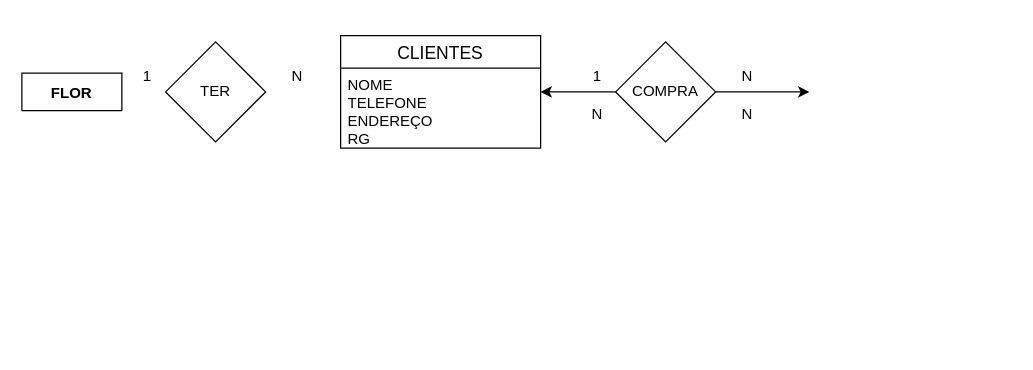
Above: floricultura.drawio in Airton-Ricardo/bd (draw.io), before the change. Source tidied: cells renumbered, new cells numbered last; positions are measured from the earlier drawing's top-left corner, leaving out a move shared by most shapes. Both pictures are drawn from the tidied source at 125%, with x=0, y=0 at pixel (21, 35).
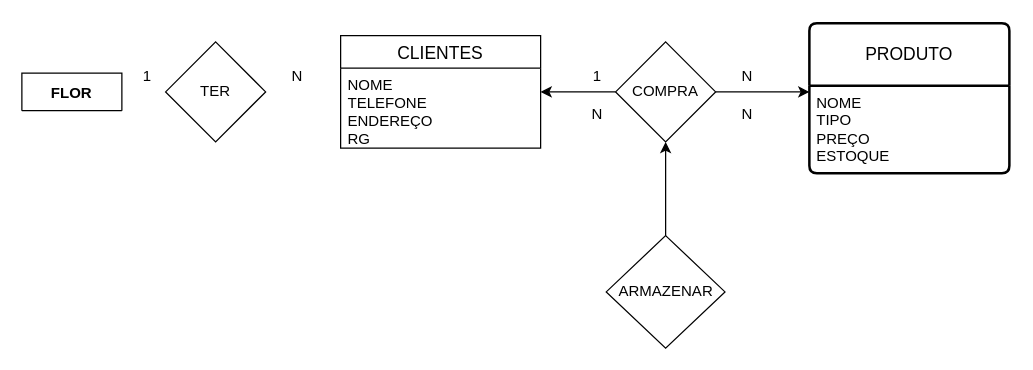
Above is the later version.

The edit, as a diff of the source:
```diff
@@
 <mxGraphModel>
   <root>
     <mxCell id="0" />
     <mxCell id="1" parent="0" />
     <mxCell id="2" value="FLOR" style="shape=table;startSize=30;childLayout=tableLayout;rowLines=0;fontStyle=1;align=center;" parent="1" vertex="1">
       <mxGeometry y="30" width="80" height="30" as="geometry" />
     </mxCell>
     <mxCell id="3" value="TER" style="rhombus;whiteSpace=wrap;html=1;" parent="1" vertex="1">
       <mxGeometry x="115" y="5" width="80" height="80" as="geometry" />
     </mxCell>
     <mxCell id="4" value="1" style="text;html=1;align=center;verticalAlign=middle;strokeColor=none;fillColor=none;" parent="1" vertex="1">
       <mxGeometry x="85" y="18" width="30" height="30" as="geometry" />
     </mxCell>
     <mxCell id="5" value="N" style="text;html=1;align=center;verticalAlign=middle;strokeColor=none;fillColor=none;" parent="1" vertex="1">
       <mxGeometry x="205" y="18" width="30" height="30" as="geometry" />
     </mxCell>
     <mxCell id="6" value="CLIENTES" style="swimlane;fontStyle=0;horizontal=1;startSize=26;align=center;fontSize=14;" parent="1" vertex="1">
       <mxGeometry x="255" width="160" height="90" as="geometry" />
     </mxCell>
     <mxCell id="7" value="&lt;div&gt;NOME&lt;/div&gt;&lt;div&gt;TELEFONE&lt;/div&gt;&lt;div&gt;ENDEREÇO&lt;/div&gt;&lt;div&gt;RG&lt;br&gt;&lt;/div&gt;" style="text;strokeColor=none;fillColor=none;spacingLeft=4;spacingRight=4;overflow=hidden;points=[[0,0.5],[1,0.5]];portConstraint=eastwest;fontSize=12;whiteSpace=wrap;html=1;" parent="6" vertex="1">
       <mxGeometry y="26" width="160" height="64" as="geometry" />
     </mxCell>
     <mxCell id="8" style="edgeStyle=orthogonalEdgeStyle;rounded=0;jettySize=auto;html=1;exitX=0;exitY=0.5;exitDx=0;exitDy=0;entryX=1;entryY=0.297;entryDx=0;entryDy=0;entryPerimeter=0;" parent="1" edge="1" source="10" target="7">
       <mxGeometry relative="1" as="geometry" />
     </mxCell>
     <mxCell id="9" style="edgeStyle=orthogonalEdgeStyle;rounded=0;jettySize=auto;html=1;exitX=1;exitY=0.5;exitDx=0;exitDy=0;entryX=0;entryY=0.5;entryDx=0;entryDy=0;" parent="1" edge="1" source="10">
       <mxGeometry relative="1" as="geometry">
         <mxPoint x="630" y="45" as="targetPoint" />
       </mxGeometry>
     </mxCell>
     <mxCell id="10" value="COMPRA" style="rhombus;whiteSpace=wrap;html=1;" parent="1" vertex="1">
       <mxGeometry x="475" y="5" width="80" height="80" as="geometry" />
     </mxCell>
     <mxCell id="11" value="1" style="text;html=1;align=center;verticalAlign=middle;strokeColor=none;fillColor=none;" parent="1" vertex="1">
       <mxGeometry x="445" y="18" width="30" height="30" as="geometry" />
     </mxCell>
     <mxCell id="12" value="N" style="text;html=1;align=center;verticalAlign=middle;strokeColor=none;fillColor=none;" parent="1" vertex="1">
       <mxGeometry x="445" y="48" width="30" height="30" as="geometry" />
     </mxCell>
     <mxCell id="13" value="N" style="text;html=1;align=center;verticalAlign=middle;strokeColor=none;fillColor=none;" parent="1" vertex="1">
       <mxGeometry x="565" y="18" width="30" height="30" as="geometry" />
     </mxCell>
     <mxCell id="14" value="N" style="text;html=1;align=center;verticalAlign=middle;strokeColor=none;fillColor=none;" parent="1" vertex="1">
       <mxGeometry x="565" y="48" width="30" height="30" as="geometry" />
     </mxCell>
+    <mxCell id="15" value="PRODUTO" style="swimlane;horizontal=1;startSize=50;rounded=1;fontSize=14;fontStyle=0;strokeWidth=2;shadow=0;dashed=0;align=center;arcSize=4;whiteSpace=wrap;html=1;" parent="1" vertex="1">
+      <mxGeometry x="630" y="-10" width="160" height="120" as="geometry" />
+    </mxCell>
+    <mxCell id="16" value="&lt;div&gt;NOME&lt;/div&gt;&lt;div&gt;TIPO&lt;/div&gt;&lt;div&gt;PREÇO&lt;/div&gt;&lt;div&gt;ESTOQUE&lt;br&gt;&lt;/div&gt;" style="align=left;strokeColor=none;fillColor=none;spacingLeft=4;fontSize=12;verticalAlign=top;html=1;" parent="15" vertex="1">
+      <mxGeometry y="50" width="160" height="70" as="geometry" />
+    </mxCell>
+    <mxCell id="17" style="edgeStyle=orthogonalEdgeStyle;rounded=0;jettySize=auto;html=1;exitX=0.5;exitY=0;exitDx=0;exitDy=0;entryX=0.5;entryY=1;entryDx=0;entryDy=0;" parent="1" edge="1" source="18" target="10">
+      <mxGeometry relative="1" as="geometry" />
+    </mxCell>
+    <mxCell id="18" value="ARMAZENAR" style="rhombus;whiteSpace=wrap;html=1;" parent="1" vertex="1">
+      <mxGeometry x="467.5" y="160" width="95" height="90" as="geometry" />
+    </mxCell>
   </root>
 </mxGraphModel>
```
